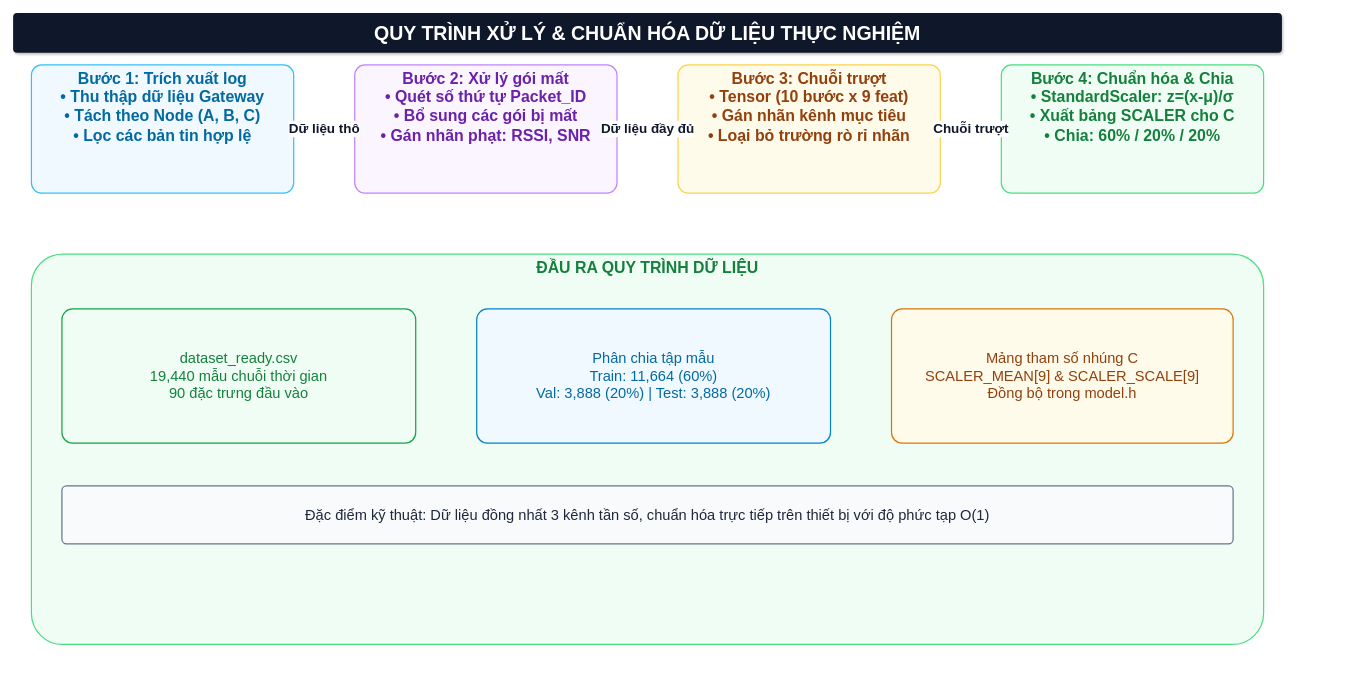
Brauuwu/LoRa_TinyML_Hopping keeps this draw.io diagram as docs/figs/09_pipeline_xu_ly_du_lieu.drawio. Above is the earlier version. Source tidied: cells renumbered, new cells numbered last; positions are measured from the earlier drawing's top-left corner, leaving out a move shared by most shapes. Both pictures are drawn from the tidied source at 61%, with x=0, y=0 at pixel (13, 13).
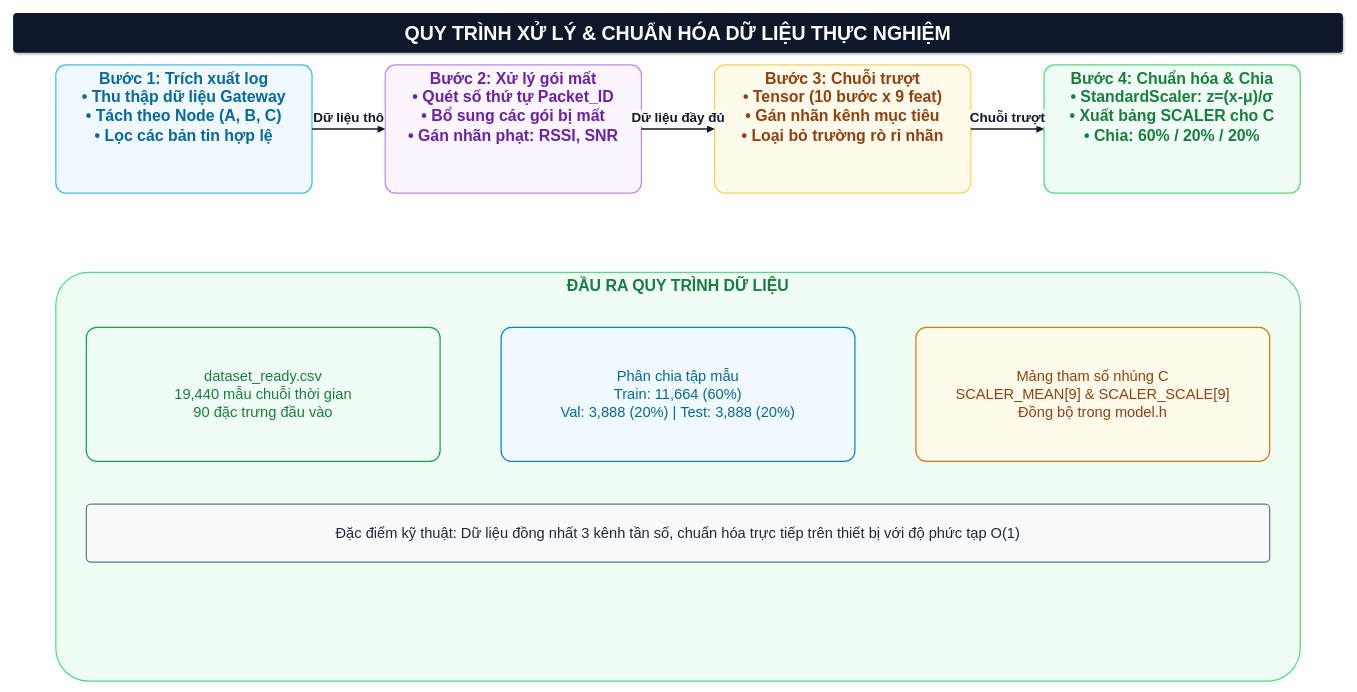
After the change.

Diff of the diagram source:
```diff
@@
 <mxGraphModel background="#ffffff">
   <root>
     <mxCell id="0" />
     <mxCell id="1" parent="0" />
     <mxCell id="2" value="QUY TRÌNH XỬ LÝ &amp; CHUẨN HÓA DỮ LIỆU THỰC NGHIỆM" style="rounded=1;whiteSpace=wrap;html=1;fillColor=#0f172a;strokeColor=none;fontColor=#ffffff;fontStyle=1;fontSize=32;shadow=1;arcSize=10;fontFamily=Helvetica;" parent="1" vertex="1">
-      <mxGeometry width="2080" height="65" as="geometry" />
+      <mxGeometry width="2180" height="65" as="geometry" />
     </mxCell>
     <mxCell id="3" value="Bước 1: Trích xuất log&#10;• Thu thập dữ liệu Gateway&#10;• Tách theo Node (A, B, C)&#10;• Lọc các bản tin hợp lệ" style="rounded=1;whiteSpace=wrap;html=1;fillColor=#f0f9ff;strokeColor=#38bdf8;strokeWidth=2;verticalAlign=top;fontStyle=1;fontSize=26;fontColor=#0369a1;arcSize=8;fontFamily=Helvetica;" parent="1" vertex="1">
-      <mxGeometry x="30" y="85" width="430" height="210" as="geometry" />
+      <mxGeometry x="70" y="85" width="420" height="210" as="geometry" />
     </mxCell>
     <mxCell id="4" value="Bước 2: Xử lý gói mất&#10;• Quét số thứ tự Packet_ID&#10;• Bổ sung các gói bị mất&#10;• Gán nhãn phạt: RSSI, SNR" style="rounded=1;whiteSpace=wrap;html=1;fillColor=#faf5ff;strokeColor=#c084fc;strokeWidth=2;verticalAlign=top;fontStyle=1;fontSize=26;fontColor=#6b21a8;arcSize=8;fontFamily=Helvetica;" parent="1" vertex="1">
-      <mxGeometry x="560" y="85" width="430" height="210" as="geometry" />
+      <mxGeometry x="610" y="85" width="420" height="210" as="geometry" />
     </mxCell>
     <mxCell id="5" value="Bước 3: Chuỗi trượt&#10;• Tensor (10 bước x 9 feat)&#10;• Gán nhãn kênh mục tiêu&#10;• Loại bỏ trường rò rỉ nhãn" style="rounded=1;whiteSpace=wrap;html=1;fillColor=#fffbeb;strokeColor=#fcd34d;strokeWidth=2;verticalAlign=top;fontStyle=1;fontSize=26;fontColor=#92400e;arcSize=8;fontFamily=Helvetica;" parent="1" vertex="1">
-      <mxGeometry x="1090" y="85" width="430" height="210" as="geometry" />
+      <mxGeometry x="1150" y="85" width="420" height="210" as="geometry" />
     </mxCell>
     <mxCell id="6" value="Bước 4: Chuẩn hóa &amp; Chia&#10;• StandardScaler: z=(x-μ)/σ&#10;• Xuất bảng SCALER cho C&#10;• Chia: 60% / 20% / 20%" style="rounded=1;whiteSpace=wrap;html=1;fillColor=#f0fdf4;strokeColor=#4ade80;strokeWidth=2;verticalAlign=top;fontStyle=1;fontSize=26;fontColor=#15803d;arcSize=8;fontFamily=Helvetica;" parent="1" vertex="1">
-      <mxGeometry x="1620" y="85" width="430" height="210" as="geometry" />
+      <mxGeometry x="1690" y="85" width="420" height="210" as="geometry" />
     </mxCell>
-    <mxCell id="7" value="Dữ liệu thô" style="edgeStyle=orthogonalEdgeStyle;rounded=1;jettySize=auto;html=1;strokeColor=#0f172a;strokeWidth=2.5;endArrow=block;endFill=1;fontColor=#0f172a;fontSize=22;fontStyle=1;fontFamily=Helvetica;" parent="1" edge="1" source="3" target="4">
-      <mxGeometry relative="1" as="geometry" />
+    <mxCell id="7" value="Dữ liệu thô" style="edgeStyle=orthogonalEdgeStyle;rounded=1;jettySize=auto;html=1;strokeColor=#0f172a;strokeWidth=2.5;endArrow=block;endFill=1;fontColor=#0f172a;fontSize=22;fontStyle=1;fontFamily=Helvetica;labelBackgroundColor=#ffffff;labelBorderColor=none;exitX=1;exitY=0.5;exitDx=0;exitDy=0;entryX=0;entryY=0.5;entryDx=0;entryDy=0;" parent="1" edge="1" source="3" target="4">
+      <mxGeometry relative="1" as="geometry">
+        <mxPoint y="-18" as="offset" />
+      </mxGeometry>
     </mxCell>
-    <mxCell id="8" value="Dữ liệu đầy đủ" style="edgeStyle=orthogonalEdgeStyle;rounded=1;jettySize=auto;html=1;strokeColor=#0f172a;strokeWidth=2.5;endArrow=block;endFill=1;fontColor=#0f172a;fontSize=22;fontStyle=1;fontFamily=Helvetica;" parent="1" edge="1" source="4" target="5">
-      <mxGeometry relative="1" as="geometry" />
+    <mxCell id="8" value="Dữ liệu đầy đủ" style="edgeStyle=orthogonalEdgeStyle;rounded=1;jettySize=auto;html=1;strokeColor=#0f172a;strokeWidth=2.5;endArrow=block;endFill=1;fontColor=#0f172a;fontSize=22;fontStyle=1;fontFamily=Helvetica;labelBackgroundColor=#ffffff;labelBorderColor=none;exitX=1;exitY=0.5;exitDx=0;exitDy=0;entryX=0;entryY=0.5;entryDx=0;entryDy=0;" parent="1" edge="1" source="4" target="5">
+      <mxGeometry relative="1" as="geometry">
+        <mxPoint y="-18" as="offset" />
+      </mxGeometry>
     </mxCell>
-    <mxCell id="9" value="Chuỗi trượt" style="edgeStyle=orthogonalEdgeStyle;rounded=1;jettySize=auto;html=1;strokeColor=#0f172a;strokeWidth=2.5;endArrow=block;endFill=1;fontColor=#0f172a;fontSize=22;fontStyle=1;fontFamily=Helvetica;" parent="1" edge="1" source="5" target="6">
-      <mxGeometry relative="1" as="geometry" />
+    <mxCell id="9" value="Chuỗi trượt" style="edgeStyle=orthogonalEdgeStyle;rounded=1;jettySize=auto;html=1;strokeColor=#0f172a;strokeWidth=2.5;endArrow=block;endFill=1;fontColor=#0f172a;fontSize=22;fontStyle=1;fontFamily=Helvetica;labelBackgroundColor=#ffffff;labelBorderColor=none;exitX=1;exitY=0.5;exitDx=0;exitDy=0;entryX=0;entryY=0.5;entryDx=0;entryDy=0;" parent="1" edge="1" source="5" target="6">
+      <mxGeometry relative="1" as="geometry">
+        <mxPoint y="-18" as="offset" />
+      </mxGeometry>
     </mxCell>
     <mxCell id="10" value="ĐẦU RA QUY TRÌNH DỮ LIỆU" style="rounded=1;whiteSpace=wrap;html=1;fillColor=#f0fdf4;strokeColor=#4ade80;strokeWidth=2;verticalAlign=top;fontStyle=1;fontSize=26;fontColor=#15803d;arcSize=8;fontFamily=Helvetica;" parent="1" vertex="1">
-      <mxGeometry x="30" y="395" width="2020" height="640" as="geometry" />
+      <mxGeometry x="70" y="425" width="2040" height="670" as="geometry" />
     </mxCell>
     <mxCell id="11" value="dataset_ready.csv&#10;19,440 mẫu chuỗi thời gian&#10;90 đặc trưng đầu vào" style="rounded=1;whiteSpace=wrap;html=1;fillColor=#f0fdf4;strokeColor=#16a34a;strokeWidth=2;fontColor=#15803d;fontSize=24;arcSize=8;fontFamily=Helvetica;" parent="1" vertex="1">
-      <mxGeometry x="80" y="485" width="580" height="220" as="geometry" />
+      <mxGeometry x="120" y="515" width="580" height="220" as="geometry" />
     </mxCell>
     <mxCell id="12" value="Phân chia tập mẫu&#10;Train: 11,664 (60%)&#10;Val: 3,888 (20%) | Test: 3,888 (20%)" style="rounded=1;whiteSpace=wrap;html=1;fillColor=#f0f9ff;strokeColor=#0284c7;strokeWidth=2;fontColor=#0369a1;fontSize=24;arcSize=8;fontFamily=Helvetica;" parent="1" vertex="1">
-      <mxGeometry x="760" y="485" width="580" height="220" as="geometry" />
+      <mxGeometry x="800" y="515" width="580" height="220" as="geometry" />
     </mxCell>
     <mxCell id="13" value="Mảng tham số nhúng C&#10;SCALER_MEAN[9] &amp; SCALER_SCALE[9]&#10;Đồng bộ trong model.h" style="rounded=1;whiteSpace=wrap;html=1;fillColor=#fffbeb;strokeColor=#d97706;strokeWidth=2;fontColor=#92400e;fontSize=24;arcSize=8;fontFamily=Helvetica;" parent="1" vertex="1">
-      <mxGeometry x="1440" y="485" width="560" height="220" as="geometry" />
+      <mxGeometry x="1480" y="515" width="580" height="220" as="geometry" />
     </mxCell>
     <mxCell id="14" value="Đặc điểm kỹ thuật: Dữ liệu đồng nhất 3 kênh tần số, chuẩn hóa trực tiếp trên thiết bị với độ phức tạp O(1)" style="rounded=1;whiteSpace=wrap;html=1;fillColor=#f8fafc;strokeColor=#64748b;strokeWidth=2;fontColor=#1e293b;fontSize=24;arcSize=8;fontFamily=Helvetica;" parent="1" vertex="1">
-      <mxGeometry x="80" y="775" width="1920" height="95" as="geometry" />
+      <mxGeometry x="120" y="805" width="1940" height="95" as="geometry" />
     </mxCell>
   </root>
 </mxGraphModel>
```
